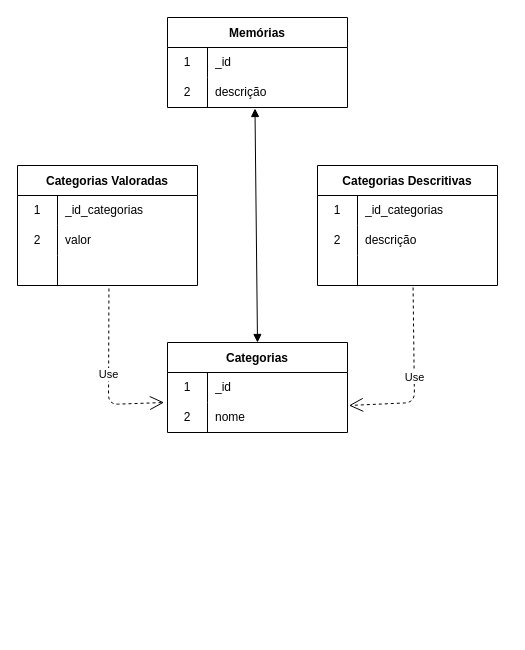
Earlier version of the draw.io diagram docs/diagrama_de_dados_aurora.drawio (marvinho-tn/aurora). Source tidied: cells renumbered, new cells numbered last; positions are measured from the earlier drawing's top-left corner, leaving out a move shared by most shapes. Both pictures are drawn from the tidied source at 100%, with x=0, y=0 at pixel (17, 17).
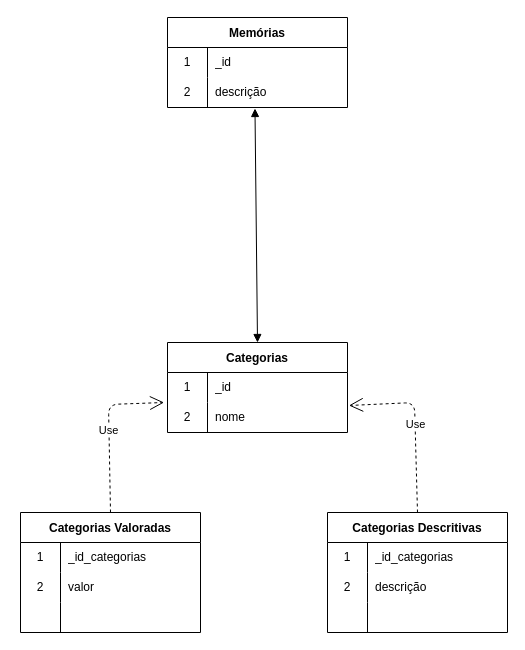
The same page after the edit.

Unchanged cells that the change refers to:
```xml
<mxCell id="16" style="shape=tableRow;horizontal=0;startSize=0;swimlaneHead=0;swimlaneBody=0;top=0;left=0;bottom=0;right=0;fillColor=none;points=[[0,0.5],[1,0.5]];portConstraint=eastwest;" parent="9" vertex="1">
  <mxGeometry y="90" width="180" height="30" as="geometry" />
</mxCell>
<mxCell id="23" style="shape=tableRow;horizontal=0;startSize=0;swimlaneHead=0;swimlaneBody=0;top=0;left=0;bottom=0;right=0;fillColor=none;points=[[0,0.5],[1,0.5]];portConstraint=eastwest;" parent="19" vertex="1">
  <mxGeometry y="60" width="180" height="30" as="geometry" />
</mxCell>
<mxCell id="33" style="shape=tableRow;horizontal=0;startSize=0;swimlaneHead=0;swimlaneBody=0;top=0;left=0;bottom=0;right=0;fillColor=none;points=[[0,0.5],[1,0.5]];portConstraint=eastwest;" parent="26" vertex="1">
  <mxGeometry y="90" width="180" height="30" as="geometry" />
</mxCell>
```

What changed in the source:
```diff
@@
     <mxCell id="9" value="Categorias Descritivas" style="shape=table;startSize=30;childLayout=tableLayout;rowLines=0;fontStyle=1;" parent="1" vertex="1">
-      <mxGeometry x="300" y="148" width="180" height="120" as="geometry" />
+      <mxGeometry x="310" y="495" width="180" height="120" as="geometry" />
     </mxCell>
@@
     <mxCell id="26" value="Categorias Valoradas" style="shape=table;startSize=30;childLayout=tableLayout;rowLines=0;fontStyle=1;" parent="1" vertex="1">
-      <mxGeometry y="148" width="180" height="120" as="geometry" />
+      <mxGeometry x="3" y="495" width="180" height="120" as="geometry" />
     </mxCell>
@@
-    <mxCell id="36" value="Use" style="endArrow=open;endSize=12;dashed=1;html=1;entryX=-0.019;entryY=0;entryDx=0;entryDy=0;entryPerimeter=0;exitX=0.508;exitY=1.1;exitDx=0;exitDy=0;exitPerimeter=0;" parent="1" edge="1" source="33" target="23">
+    <mxCell id="36" value="Use" style="endArrow=open;endSize=12;dashed=1;html=1;entryX=-0.019;entryY=0;entryDx=0;entryDy=0;entryPerimeter=0;exitX=0.5;exitY=0;exitDx=0;exitDy=0;" parent="1" edge="1" source="26" target="23">
       <mxGeometry relative="1" as="geometry">
         <Array as="points">
           <mxPoint x="91" y="387" />
         </Array>
       </mxGeometry>
     </mxCell>
-    <mxCell id="37" value="Use" style="endArrow=open;endSize=12;dashed=1;html=1;entryX=1.008;entryY=0.1;entryDx=0;entryDy=0;entryPerimeter=0;exitX=0.531;exitY=1.067;exitDx=0;exitDy=0;exitPerimeter=0;" parent="1" edge="1" source="16" target="23">
+    <mxCell id="37" value="Use" style="endArrow=open;endSize=12;dashed=1;html=1;entryX=1.008;entryY=0.1;entryDx=0;entryDy=0;entryPerimeter=0;exitX=0.5;exitY=0;exitDx=0;exitDy=0;" parent="1" edge="1" source="9" target="23">
       <mxGeometry relative="1" as="geometry">
         <Array as="points">
           <mxPoint x="397" y="385" />
         </Array>
       </mxGeometry>
     </mxCell>
```
